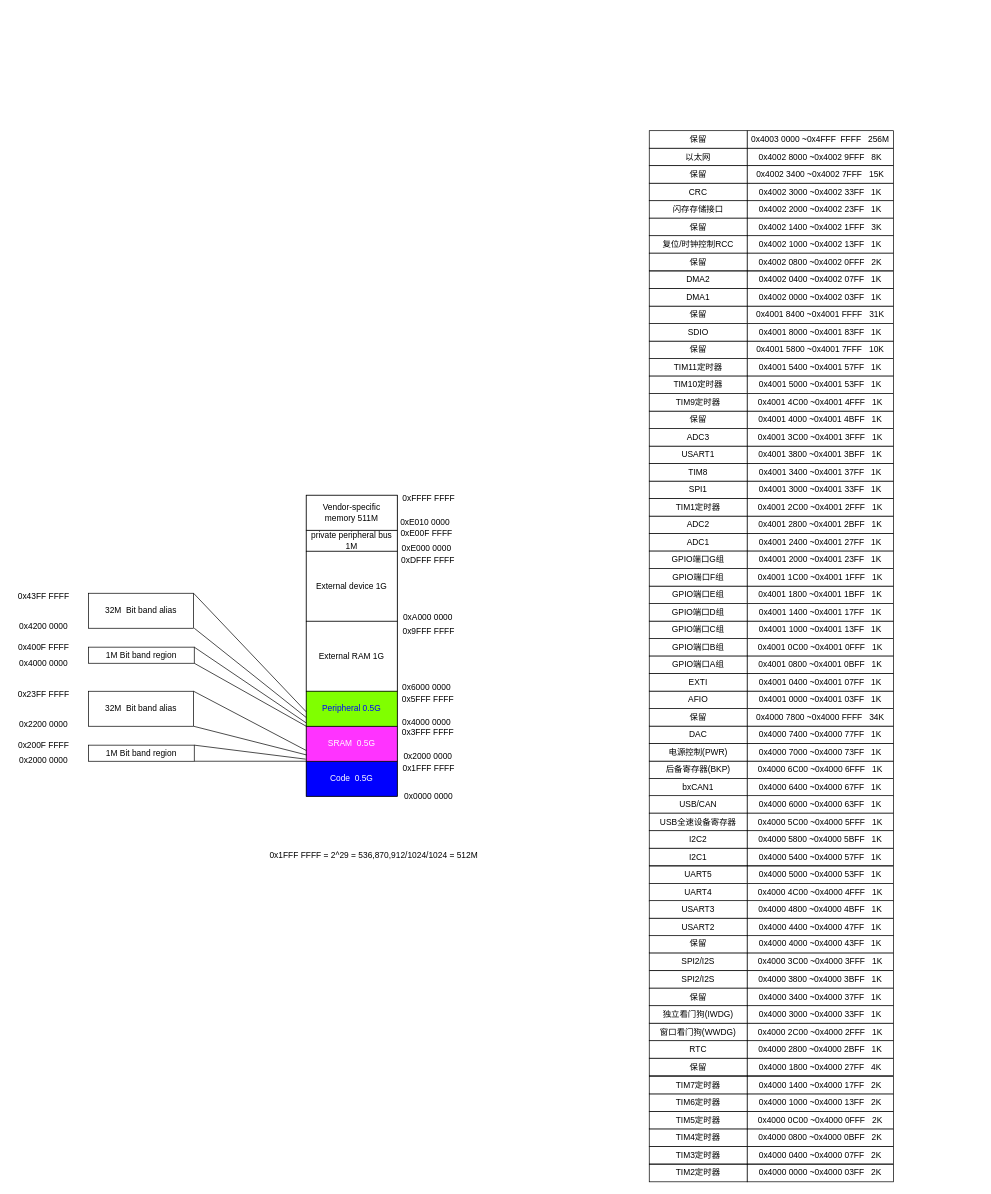
Above: memory.drawio in fengsh998/pics (draw.io), before the change. Source tidied: cells renumbered, new cells numbered last; positions are measured from the earlier drawing's top-left corner, leaving out a move shared by most shapes. Both pictures are drawn from the tidied source at 70%, with x=0, y=0 at pixel (12, 130).
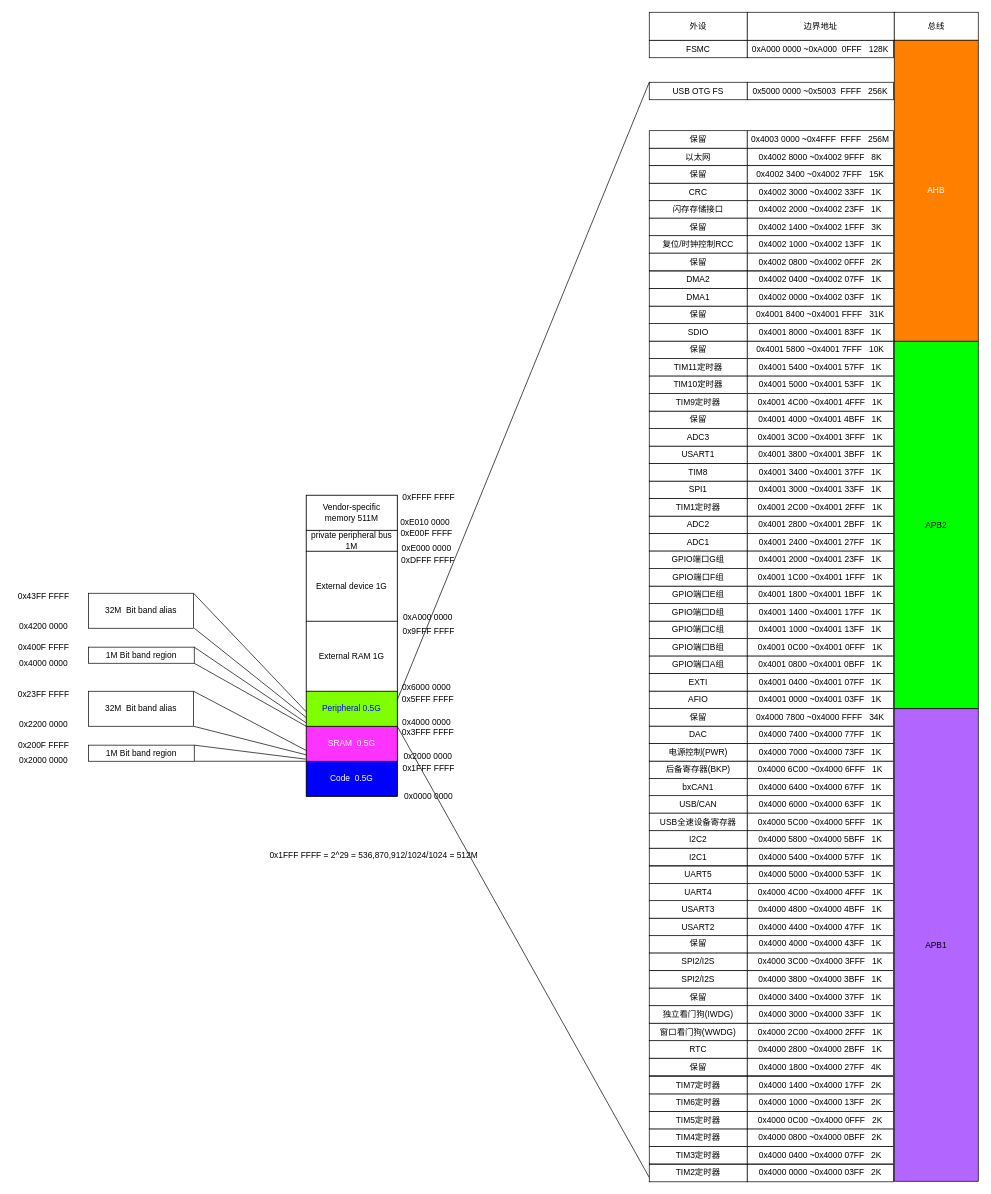
The same diagram, later.

The change refers to these unchanged cells:
```xml
<mxCell id="8" value="Peripheral 0.5G" style="rounded=0;whiteSpace=wrap;html=1;fillColor=#80FF00;fontColor=#0000FF;" parent="1" vertex="1">
  <mxGeometry x="420" y="801" width="130" height="50" as="geometry" />
</mxCell>
<mxCell id="45" value="TIM2定时器" style="rounded=0;whiteSpace=wrap;html=1;" parent="1" vertex="1">
  <mxGeometry x="910" y="1476.8" width="140" height="25" as="geometry" />
</mxCell>
```

The edit, as a diff of the source:
```diff
@@
+    <mxCell id="165" value="USB OTG FS" style="rounded=0;whiteSpace=wrap;html=1;" parent="1" vertex="1">
+      <mxGeometry x="910" y="-69" width="140" height="25" as="geometry" />
+    </mxCell>
+    <mxCell id="166" value="0x5000 0000 ~0x5003 &amp;nbsp;FFFF &amp;nbsp; 256K" style="rounded=0;whiteSpace=wrap;html=1;" parent="1" vertex="1">
+      <mxGeometry x="1050" y="-69" width="209" height="25" as="geometry" />
+    </mxCell>
+    <mxCell id="167" value="FSMC" style="rounded=0;whiteSpace=wrap;html=1;" parent="1" vertex="1">
+      <mxGeometry x="910" y="-129" width="140" height="25" as="geometry" />
+    </mxCell>
+    <mxCell id="168" value="0xA000 0000 ~0xA000 &amp;nbsp;0FFF &amp;nbsp; 128K" style="rounded=0;whiteSpace=wrap;html=1;" parent="1" vertex="1">
+      <mxGeometry x="1050" y="-129" width="209" height="25" as="geometry" />
+    </mxCell>
+    <mxCell id="169" style="endArrow=none;html=1;rounded=0;exitX=0;exitY=0.75;exitDx=0;exitDy=0;entryX=1;entryY=1;entryDx=0;entryDy=0;" parent="1" edge="1" source="45" target="8">
+      <mxGeometry relative="1" as="geometry" />
+    </mxCell>
+    <mxCell id="170" style="endArrow=none;html=1;rounded=0;entryX=0;entryY=0;entryDx=0;entryDy=0;exitX=1;exitY=0.25;exitDx=0;exitDy=0;" parent="1" edge="1" source="8" target="165">
+      <mxGeometry relative="1" as="geometry" />
+    </mxCell>
+    <mxCell id="171" value="外设" style="rounded=0;whiteSpace=wrap;html=1;" parent="1" vertex="1">
+      <mxGeometry x="910" y="-169" width="140" height="40" as="geometry" />
+    </mxCell>
+    <mxCell id="172" value="边界地址" style="rounded=0;whiteSpace=wrap;html=1;" parent="1" vertex="1">
+      <mxGeometry x="1050" y="-169" width="210" height="40" as="geometry" />
+    </mxCell>
+    <mxCell id="173" value="总线" style="rounded=0;whiteSpace=wrap;html=1;" parent="1" vertex="1">
+      <mxGeometry x="1260" y="-169" width="120" height="40" as="geometry" />
+    </mxCell>
+    <mxCell id="174" value="AHB" style="rounded=0;whiteSpace=wrap;html=1;strokeColor=#000000;fillColor=#FF8000;fontColor=#FFFFFF;" parent="1" vertex="1">
+      <mxGeometry x="1260" y="-129" width="120" height="430" as="geometry" />
+    </mxCell>
+    <mxCell id="175" value="APB2" style="rounded=0;whiteSpace=wrap;html=1;fillColor=#00FF00;" parent="1" vertex="1">
+      <mxGeometry x="1260" y="301" width="120" height="525" as="geometry" />
+    </mxCell>
+    <mxCell id="176" value="APB1" style="rounded=0;whiteSpace=wrap;html=1;fillColor=#B266FF;" parent="1" vertex="1">
+      <mxGeometry x="1260" y="826" width="120" height="675" as="geometry" />
+    </mxCell>
```
